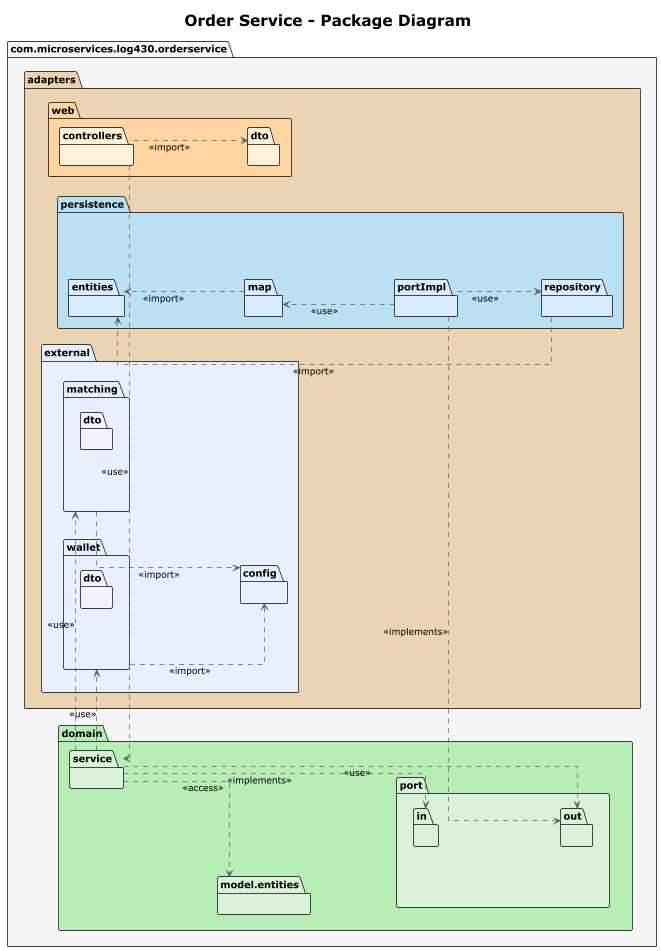
The PlantUML diagram docs/architecture/4+1/developmentView/packageDiagram_order-service.png in Hugo-12341234/BrokerX_MicroServices, before a commit.
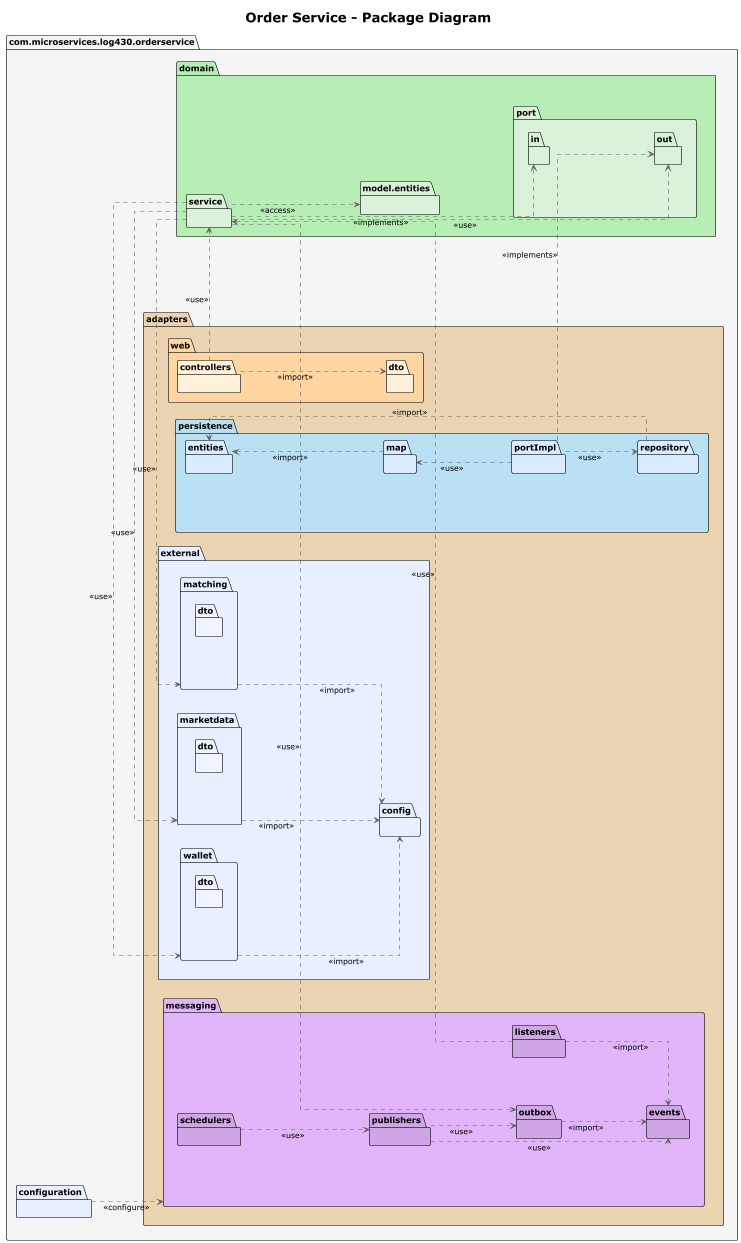
Above is the later version.

Diff of the diagram source:
```diff
@@ -26,10 +26,20 @@
         package "matching" as matchingPkg #E8F0FF {
             package "dto" as matchingDtoPkg #F0F4FF {}
         }
+        package "marketdata" as marketdataPkg #E8F0FF {
+            package "dto" as marketdataDtoPkg #F0F4FF {}
+        }
         package "wallet" as walletPkg #E8F0FF {
             package "dto" as walletDtoPkg #F0F4FF {}
         }
       }
+    package "messaging" as messagingPkg #E1B5FA {
+      package "listeners" as messagingListenerPkg #CFA6E6 {}
+      package "publishers" as messagingPublisherPkg #CFA6E6 {}
+      package "events" as messagingEventPkg #CFA6E6 {}
+      package "outbox" as messagingOutboxPkg #CFA6E6 {}
+      package "schedulers" as messagingSchedulerPkg #CFA6E6 {}
+    }
   }
   package "domain" as domainPkg #B6EEB6 {
     package "model.entities" as domModelPkg #D9F2D9 {}
@@ -39,10 +49,13 @@
     }
     package "service" as domSvcPkg #D9F2D9 {}
   }
+  package "configuration" as configPkgOut #E8F0FF {}
 }
 matchingPkg ..> configPkg : <<import>>
 walletPkg ..> configPkg : <<import>>
+marketdataPkg ..> configPkg : <<import>>
 domSvcPkg ..> matchingPkg : <<use>>
+domSvcPkg ..> marketdataPkg : <<use>>
 domSvcPkg ..> walletPkg : <<use>>
 webCtrlPkg ..> webDtoPkg : <<import>>
 webCtrlPkg ..> domSvcPkg : <<use>>
@@ -60,4 +73,14 @@
 persistPortImplPkg -[hidden]-> persistRepoPkg
 domModelPkg -[hidden]-> domPortPkg
 domPortInPkg -[hidden]-> domPortOutPkg
+
+messagingListenerPkg ..> domSvcPkg : <<use>>
+messagingListenerPkg ..> messagingEventPkg : <<import>>
+messagingPublisherPkg ..> messagingEventPkg : <<use>>
+domSvcPkg ..> messagingOutboxPkg : <<use>>
+messagingPublisherPkg ..> messagingOutboxPkg : <<use>>
+messagingSchedulerPkg ..> messagingPublisherPkg : <<use>>
+messagingOutboxPkg ..> messagingEventPkg : <<import>>
+
+configPkgOut ..> messagingPkg : <<configure>>
 @enduml
```
